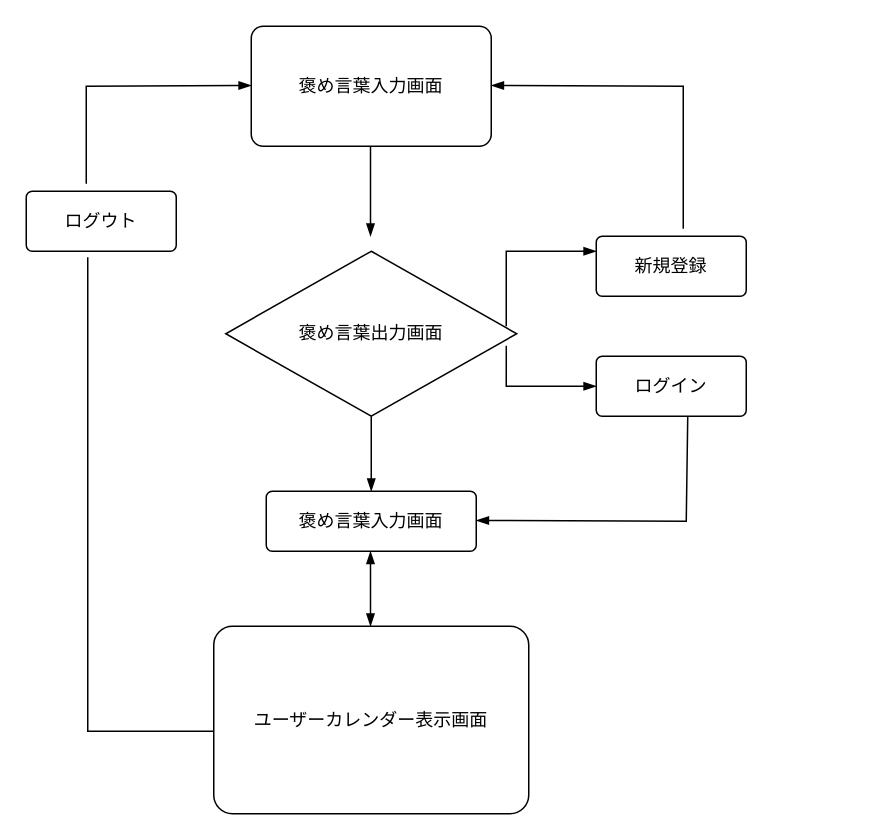
Earlier version of the draw.io diagram page "ページ1" (1 of 2) of hometai.dio (muttta/HOMETAI). Source tidied: cells renumbered, new cells numbered last; positions are measured from the earlier drawing's top-left corner, leaving out a move shared by most shapes. Both pictures are drawn from the tidied source at 150%, with x=0, y=0 at pixel (26, 26).
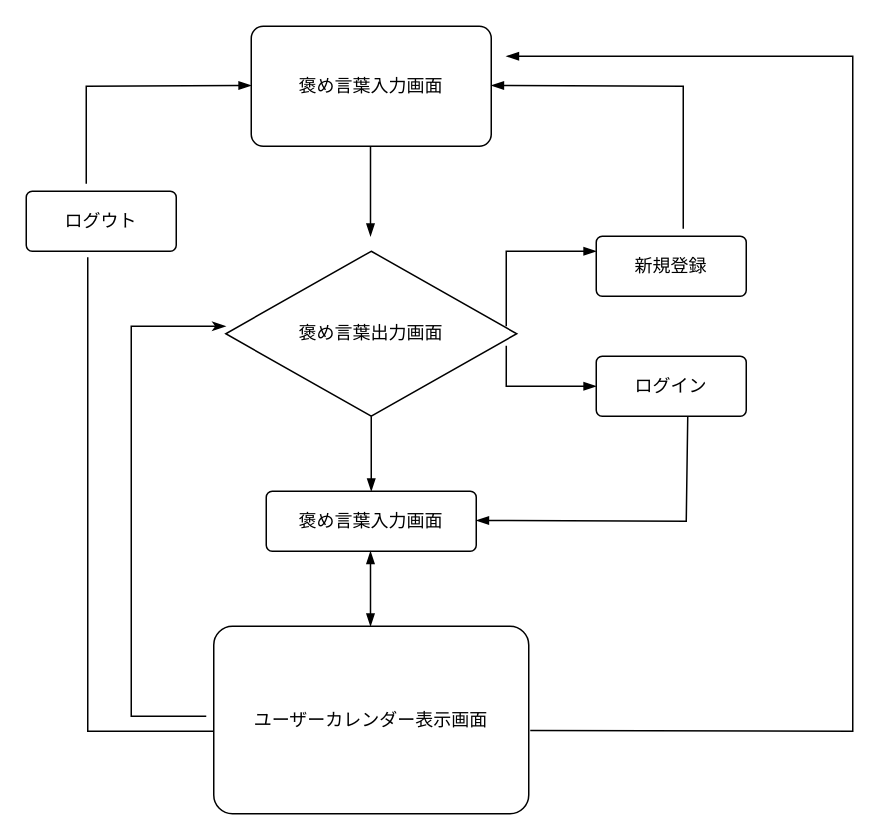
The same diagram, later.

Commit message (it also covers changes not shown here):
画面遷移図のイメージを編集

What changed in the source:
```diff
@@
+    <mxCell id="18" style="endArrow=blockThin;html=1;rounded=0;startArrow=none;startFill=0;endFill=1;" parent="1" edge="1">
+      <mxGeometry relative="1" as="geometry">
+        <mxPoint x="336" y="469.5" as="sourcePoint" />
+        <mxPoint x="320" y="20" as="targetPoint" />
+        <Array as="points">
+          <mxPoint x="551" y="470" />
+          <mxPoint x="551" y="20" />
+        </Array>
+      </mxGeometry>
+    </mxCell>
+    <mxCell id="19" style="endArrow=classicThin;html=1;rounded=0;startArrow=none;startFill=0;endFill=1;" parent="1" edge="1">
+      <mxGeometry relative="1" as="geometry">
+        <mxPoint x="120" y="460" as="sourcePoint" />
+        <mxPoint x="133" y="200" as="targetPoint" />
+        <Array as="points">
+          <mxPoint x="70" y="460" />
+          <mxPoint x="70" y="200" />
+        </Array>
+      </mxGeometry>
+    </mxCell>
```
